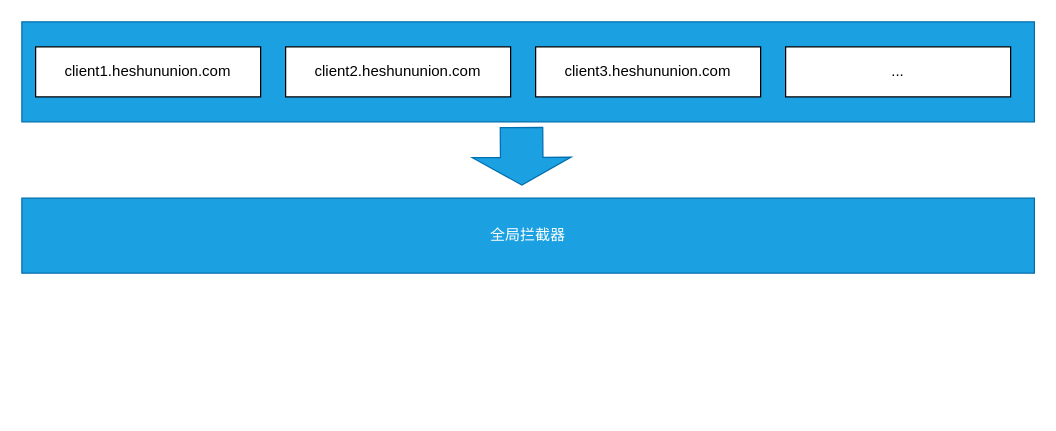
Above: 动态数据源示意图.drawio in RobertHan215/learning-uml (draw.io), before the change. Source tidied: cells renumbered, new cells numbered last; positions are measured from the earlier drawing's top-left corner, leaving out a move shared by most shapes. Both pictures are drawn from the tidied source at 125%, with x=0, y=0 at pixel (21, 21).
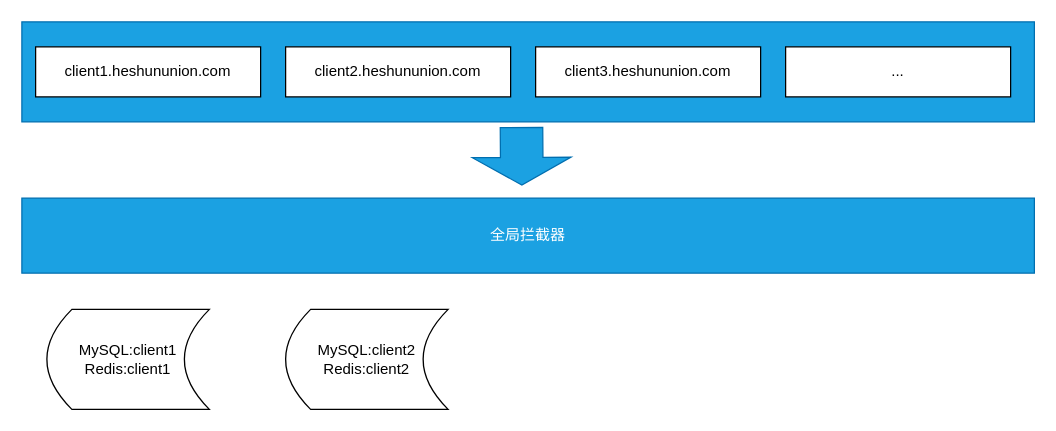
Above is the later version.

Commit message (it also covers changes not shown here):
更新动态数据源示意图.drawio

The edit, as a diff of the source:
```diff
@@
 <mxGraphModel>
   <root>
     <mxCell id="0" />
     <mxCell id="1" parent="0" />
     <mxCell id="2" style="rounded=0;whiteSpace=wrap;html=1;fillColor=#1ba1e2;fontColor=#ffffff;strokeColor=#006EAF;" parent="1" vertex="1">
       <mxGeometry width="810" height="80" as="geometry" />
     </mxCell>
     <mxCell id="3" value="client1.heshununion.com" style="rounded=0;whiteSpace=wrap;html=1;" parent="1" vertex="1">
       <mxGeometry x="11" y="20" width="180" height="40" as="geometry" />
     </mxCell>
     <mxCell id="4" value="client2.heshununion.com" style="rounded=0;whiteSpace=wrap;html=1;" parent="1" vertex="1">
       <mxGeometry x="211" y="20" width="180" height="40" as="geometry" />
     </mxCell>
     <mxCell id="5" value="client3.heshununion.com" style="rounded=0;whiteSpace=wrap;html=1;" parent="1" vertex="1">
       <mxGeometry x="411" y="20" width="180" height="40" as="geometry" />
     </mxCell>
     <mxCell id="6" value="..." style="rounded=0;whiteSpace=wrap;html=1;" parent="1" vertex="1">
       <mxGeometry x="611" y="20" width="180" height="40" as="geometry" />
     </mxCell>
     <mxCell id="7" value="全局拦截器" style="rounded=0;whiteSpace=wrap;html=1;fillColor=#1ba1e2;fontColor=#ffffff;strokeColor=#006EAF;" parent="1" vertex="1">
       <mxGeometry y="141" width="810" height="60" as="geometry" />
     </mxCell>
     <mxCell id="8" style="shape=flexArrow;endArrow=classic;html=1;rounded=0;exitX=0.528;exitY=1.038;exitDx=0;exitDy=0;exitPerimeter=0;width=34;endSize=7.03;endWidth=44;fillColor=#1ba1e2;strokeColor=#006EAF;" parent="1" edge="1">
       <mxGeometry relative="1" as="geometry">
         <mxPoint x="399.7" y="84" as="sourcePoint" />
         <mxPoint x="400" y="131" as="targetPoint" />
       </mxGeometry>
     </mxCell>
+    <mxCell id="9" value="MySQL:client1&lt;br&gt;Redis:client1" style="shape=dataStorage;whiteSpace=wrap;html=1;fixedSize=1;" parent="1" vertex="1">
+      <mxGeometry x="20" y="230" width="130" height="80" as="geometry" />
+    </mxCell>
+    <mxCell id="10" value="MySQL:client2&lt;br&gt;Redis:client2" style="shape=dataStorage;whiteSpace=wrap;html=1;fixedSize=1;" parent="1" vertex="1">
+      <mxGeometry x="211" y="230" width="130" height="80" as="geometry" />
+    </mxCell>
   </root>
 </mxGraphModel>
```
